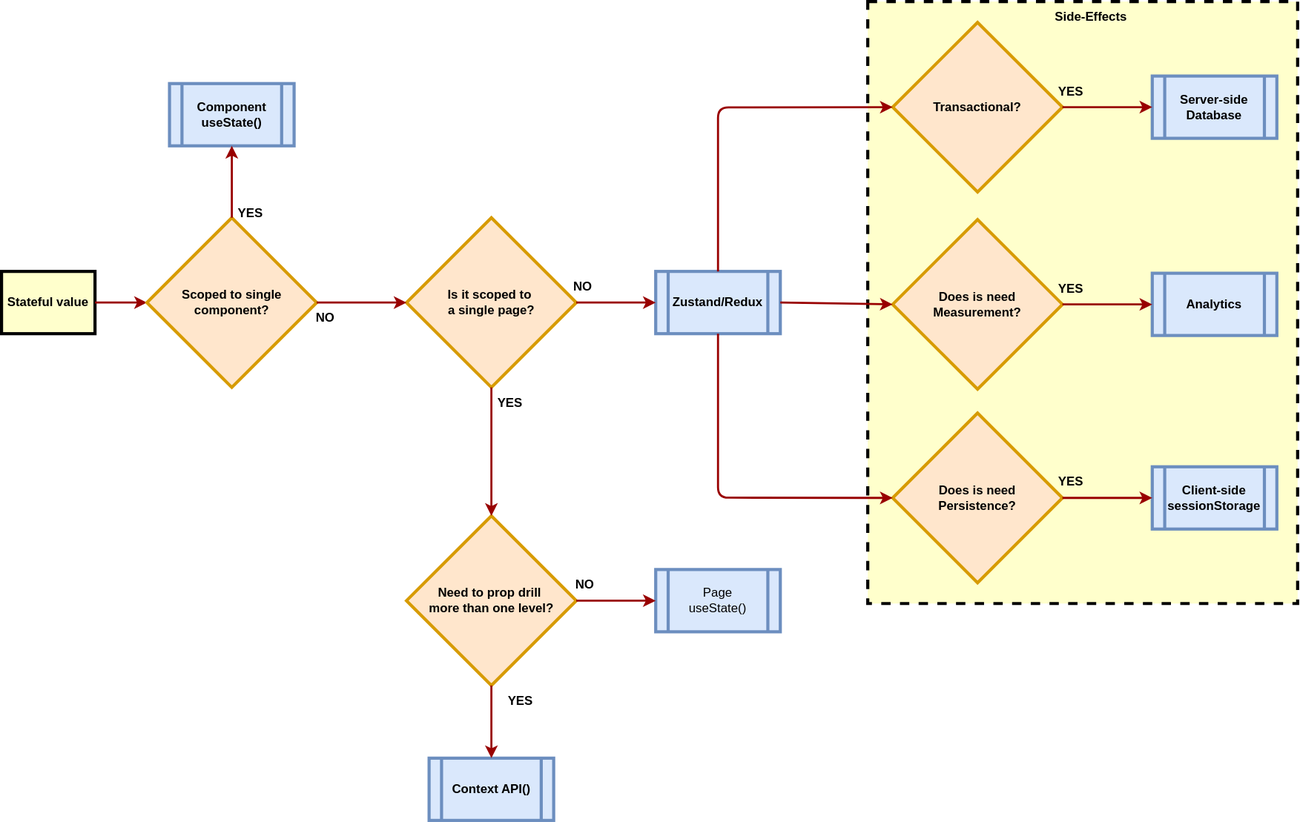
Earlier version of the draw.io export src/images/state-management.drawio.svg (learnwithgurpreet/b.learnwithgurpreet.me). Source tidied: cells renumbered, new cells last; positions are measured from the earlier drawing's top-left corner, leaving out a move shared by most shapes.
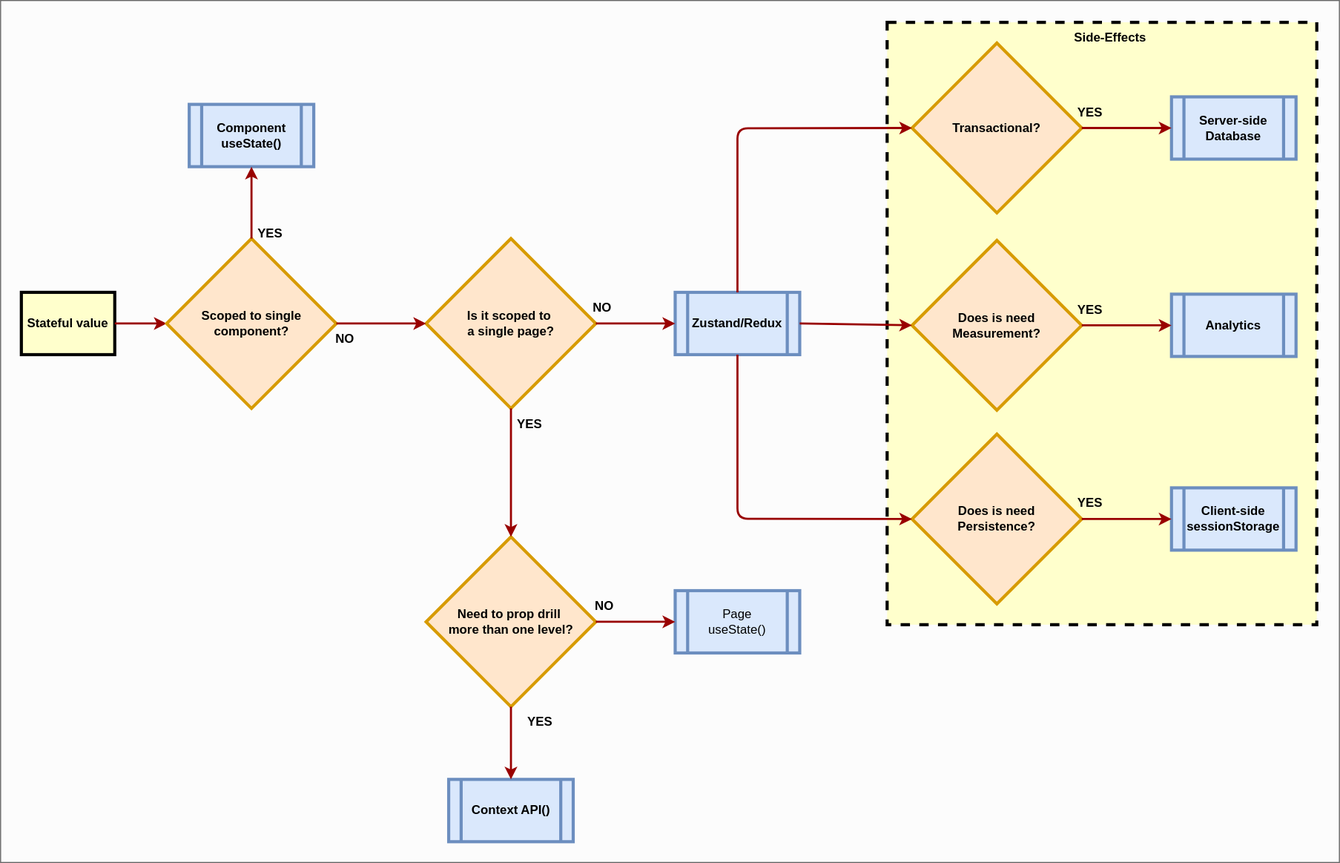
After the commit.

Commit message:
better bg color for svg and other stuff

What changed in the source:
```diff
@@ -2,6 +2,9 @@
   <root>
     <mxCell id="0" />
     <mxCell id="1" parent="0" />
+    <mxCell id="52" style="rounded=0;whiteSpace=wrap;html=1;fillColor=#FCFCFC;fontColor=#333333;strokeColor=#666666;" parent="1" vertex="1">
+      <mxGeometry x="-20" y="-21" width="1290" height="830" as="geometry" />
+    </mxCell>
     <mxCell id="2" value="Stateful value" style="whiteSpace=wrap;align=center;verticalAlign=middle;fontStyle=1;strokeWidth=3;fillColor=#FFFFCC;" parent="1" vertex="1">
       <mxGeometry y="260" width="90" height="60" as="geometry" />
     </mxCell>
```
